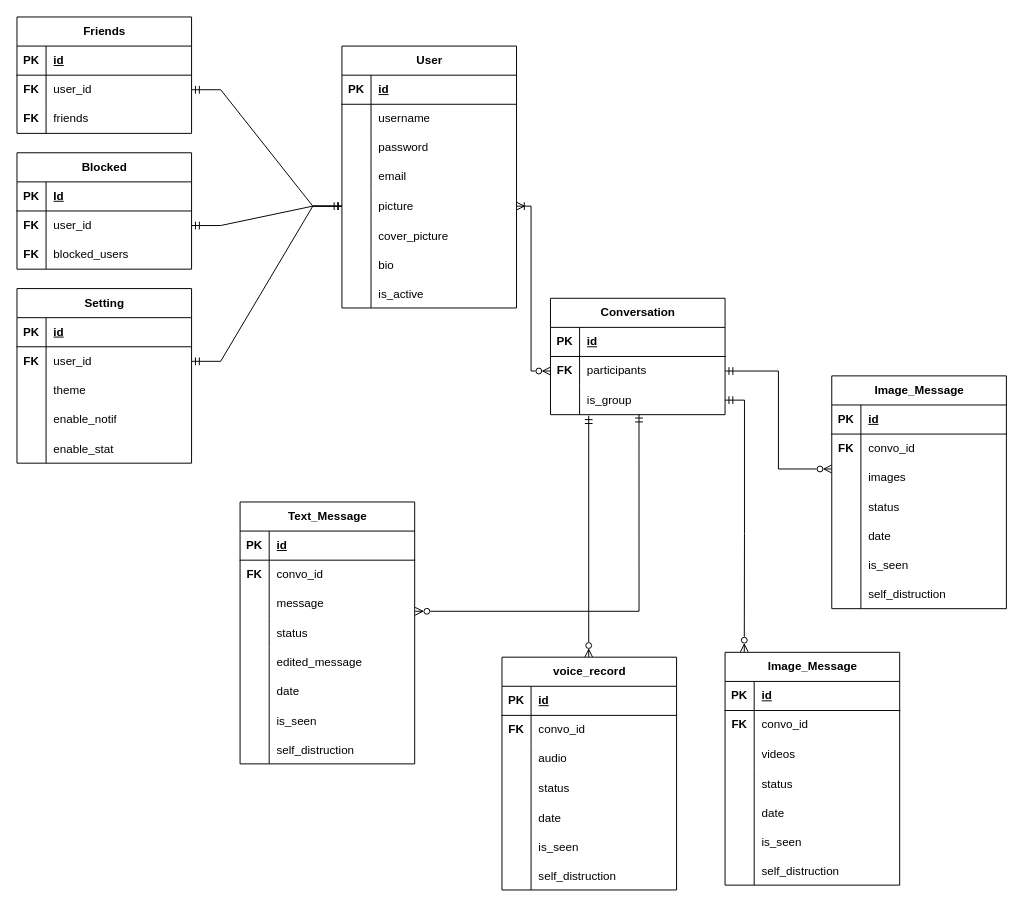
Jedybox/liham keeps this draw.io diagram as db_diagram.drawio. Above is the earlier version. Source tidied: cells renumbered, new cells numbered last; positions are measured from the earlier drawing's top-left corner, leaving out a move shared by most shapes. Both pictures are drawn from the tidied source at 97%, with x=0, y=0 at pixel (16, 16).
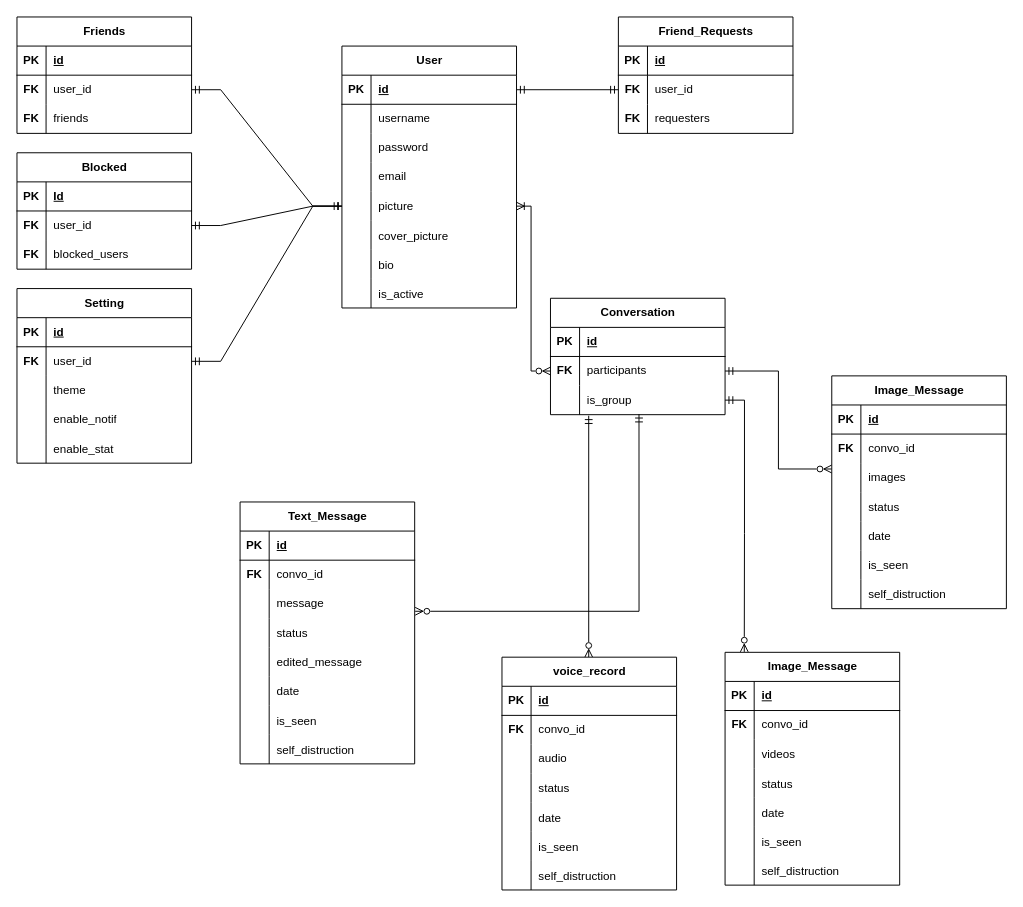
Above is the later version.

The change refers to these unchanged cells:
```xml
<mxCell id="3" style="shape=tableRow;horizontal=0;startSize=0;swimlaneHead=0;swimlaneBody=0;fillColor=none;points=[[0,0.5],[1,0.5]];portConstraint=eastwest;top=0;left=0;right=0;bottom=1;" parent="2" vertex="1">
  <mxGeometry y="30" width="180" height="30" as="geometry" />
</mxCell>
```

Change to the diagram source:
```diff
@@
+    <mxCell id="172" value="Friend_Requests" style="shape=table;startSize=30;childLayout=tableLayout;rowLines=0;fontStyle=1;align=center;html=1;" parent="1" vertex="1">
+      <mxGeometry x="620" width="180" height="120" as="geometry" />
+    </mxCell>
+    <mxCell id="173" style="shape=tableRow;horizontal=0;startSize=0;swimlaneHead=0;swimlaneBody=0;fillColor=none;top=0;left=0;right=0;bottom=1;" parent="172" vertex="1">
+      <mxGeometry y="30" width="180" height="30" as="geometry" />
+    </mxCell>
+    <mxCell id="174" value="PK" style="shape=partialRectangle;fillColor=none;top=0;left=0;bottom=0;right=0;fontStyle=1;overflow=hidden;whiteSpace=wrap;html=1;" parent="173" vertex="1">
+      <mxGeometry width="30" height="30" as="geometry" />
+    </mxCell>
+    <mxCell id="175" value="id" style="shape=partialRectangle;fillColor=none;top=0;left=0;bottom=0;right=0;align=left;spacingLeft=6;fontStyle=5;overflow=hidden;whiteSpace=wrap;html=1;" parent="173" vertex="1">
+      <mxGeometry x="30" width="150" height="30" as="geometry" />
+    </mxCell>
+    <mxCell id="176" style="shape=tableRow;horizontal=0;startSize=0;swimlaneHead=0;swimlaneBody=0;fillColor=none;points=[[0,0.5],[1,0.5]];portConstraint=eastwest;top=0;left=0;right=0;bottom=0;" parent="172" vertex="1">
+      <mxGeometry y="60" width="180" height="30" as="geometry" />
+    </mxCell>
+    <mxCell id="177" value="&lt;b&gt;FK&lt;/b&gt;" style="shape=partialRectangle;fillColor=none;top=0;left=0;bottom=0;right=0;overflow=hidden;whiteSpace=wrap;html=1;" parent="176" vertex="1">
+      <mxGeometry width="30" height="30" as="geometry" />
+    </mxCell>
+    <mxCell id="178" value="user_id" style="shape=partialRectangle;fillColor=none;top=0;left=0;bottom=0;right=0;align=left;spacingLeft=6;overflow=hidden;whiteSpace=wrap;html=1;" parent="176" vertex="1">
+      <mxGeometry x="30" width="150" height="30" as="geometry" />
+    </mxCell>
+    <mxCell id="179" style="shape=tableRow;horizontal=0;startSize=0;swimlaneHead=0;swimlaneBody=0;fillColor=none;top=0;left=0;right=0;bottom=0;" parent="172" vertex="1">
+      <mxGeometry y="90" width="180" height="30" as="geometry" />
+    </mxCell>
+    <mxCell id="180" value="&lt;b&gt;FK&lt;/b&gt;" style="shape=partialRectangle;fillColor=none;top=0;left=0;bottom=0;right=0;overflow=hidden;whiteSpace=wrap;html=1;" parent="179" vertex="1">
+      <mxGeometry width="30" height="30" as="geometry" />
+    </mxCell>
+    <mxCell id="181" value="requesters" style="shape=partialRectangle;fillColor=none;top=0;left=0;bottom=0;right=0;align=left;spacingLeft=6;overflow=hidden;whiteSpace=wrap;html=1;" parent="179" vertex="1">
+      <mxGeometry x="30" width="150" height="30" as="geometry" />
+    </mxCell>
+    <mxCell id="182" style="edgeStyle=orthogonalEdgeStyle;rounded=0;jettySize=auto;html=1;entryX=1;entryY=0.5;entryDx=0;entryDy=0;endArrow=ERmandOne;endFill=0;startArrow=ERmandOne;startFill=0;" parent="1" edge="1" source="176" target="3">
+      <mxGeometry relative="1" as="geometry" />
+    </mxCell>
```
